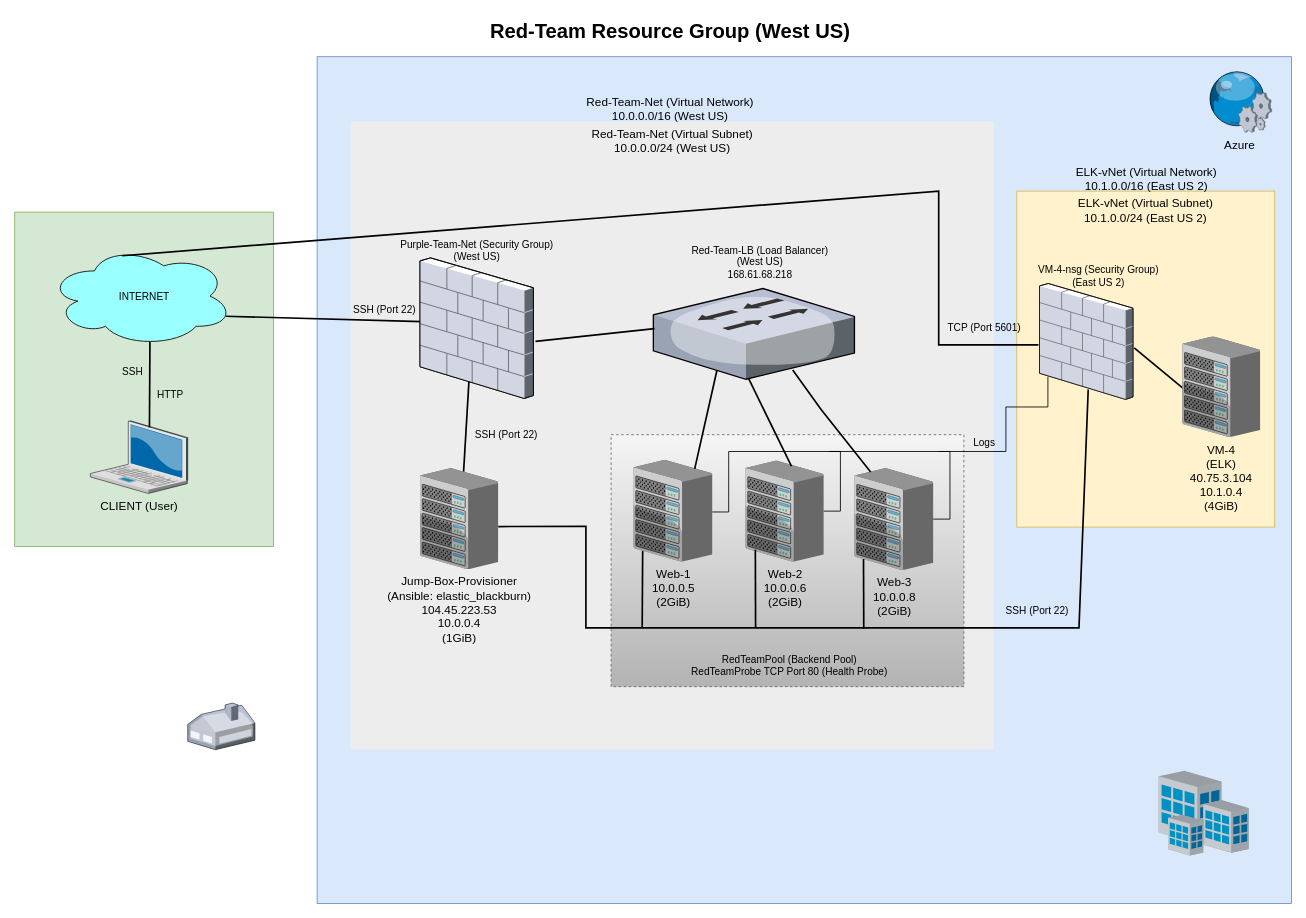
This is Network-Azure.drawio from AstraincBuild/Exuberant-Triumph, a draw.io file, before an edit. Source tidied: cells renumbered, new cells numbered last; positions are measured from the earlier drawing's top-left corner, leaving out a move shared by most shapes. Both pictures are drawn from the tidied source at 84%, with x=0, y=0 at pixel (14, 14).
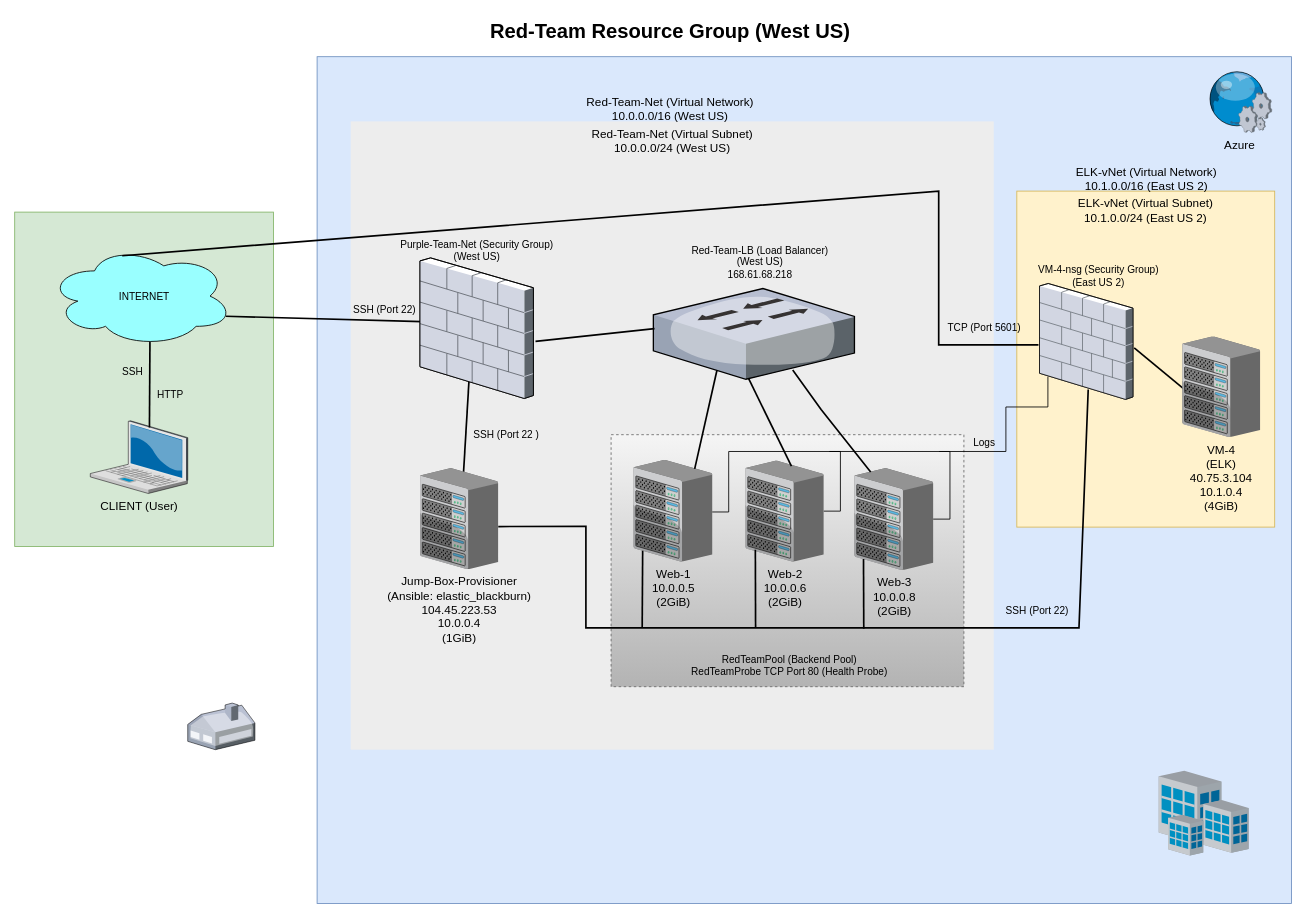
The same page after the edit.

Change to the diagram source:
```diff
@@
-    <mxCell id="16" value="SSH (Port 22)" style="text;html=1;align=center;verticalAlign=middle;fillColor=none;strokeColor=none;rounded=0;" parent="1" vertex="1">
-      <mxGeometry x="540" y="491" width="90" height="20" as="geometry" />
+    <mxCell id="16" value="SSH (Port 22 )" style="text;html=1;align=center;verticalAlign=middle;fillColor=none;strokeColor=none;rounded=0;" parent="1" vertex="1">
+      <mxGeometry x="537" y="493" width="96" height="16" as="geometry" />
     </mxCell>
```
